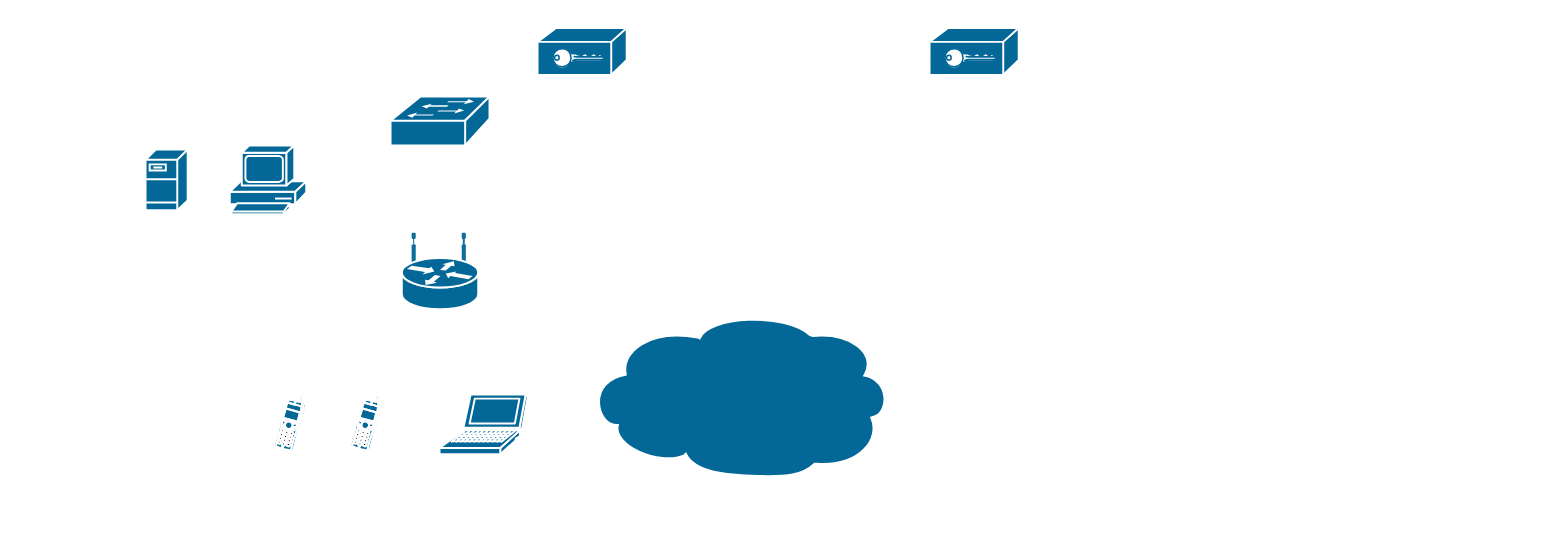
Earlier version of the draw.io diagram Untitled Diagram.drawio (leman-os/dgrm). Source tidied: cells renumbered, new cells numbered last; positions are measured from the earlier drawing's top-left corner, leaving out a move shared by most shapes. Both pictures are drawn from the tidied source at 98%, with x=0, y=0 at pixel (145, 27).
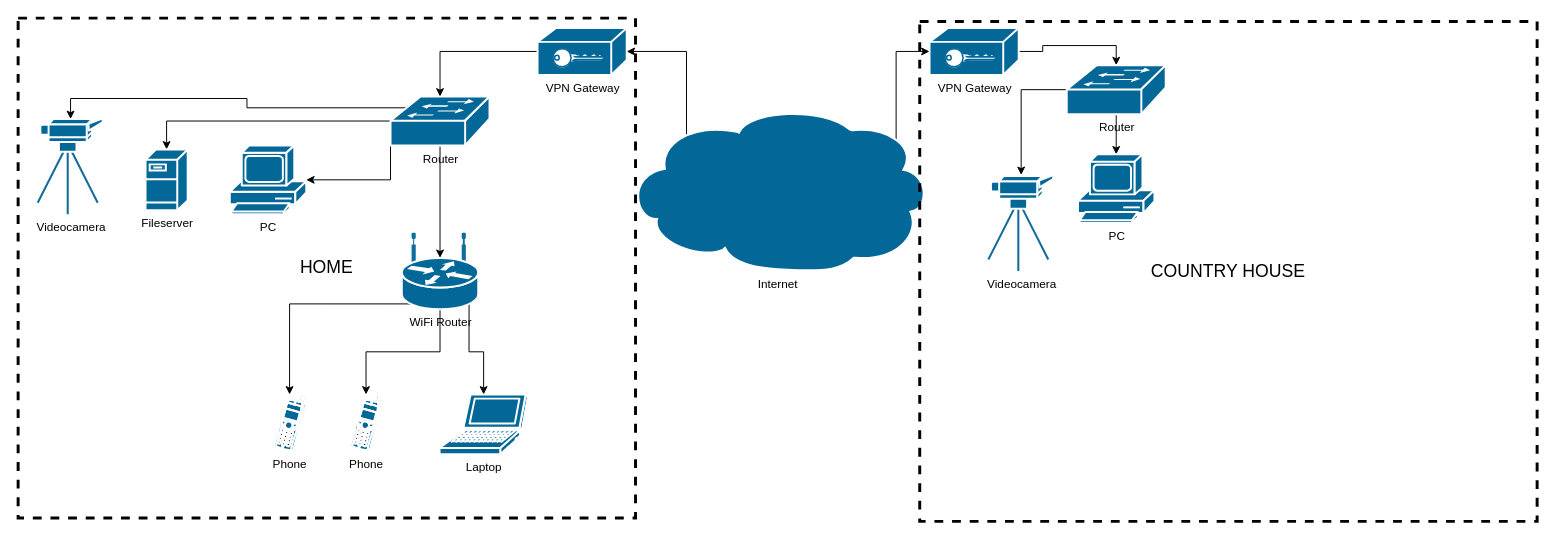
Above is the later version.

The edit, as a diff of the source:
```diff
@@
-    <mxCell id="2" style="shape=mxgraph.cisco.computers_and_peripherals.pc;sketch=0;html=1;dashed=0;fillColor=#036897;strokeColor=#ffffff;strokeWidth=2;verticalLabelPosition=bottom;verticalAlign=top;align=center;outlineConnect=0;" parent="1" vertex="1">
+    <mxCell id="2" value="PC" style="shape=mxgraph.cisco.computers_and_peripherals.pc;sketch=0;html=1;dashed=0;fillColor=#036897;strokeColor=#ffffff;strokeWidth=2;verticalLabelPosition=bottom;verticalAlign=top;align=center;outlineConnect=0;" parent="1" vertex="1">
       <mxGeometry x="86" y="120" width="78" height="70" as="geometry" />
     </mxCell>
-    <mxCell id="3" style="shape=mxgraph.cisco.computers_and_peripherals.laptop;sketch=0;html=1;dashed=0;fillColor=#036897;strokeColor=#ffffff;strokeWidth=2;verticalLabelPosition=bottom;verticalAlign=top;align=center;outlineConnect=0;" parent="1" vertex="1">
+    <mxCell id="3" value="Laptop" style="shape=mxgraph.cisco.computers_and_peripherals.laptop;sketch=0;html=1;dashed=0;fillColor=#036897;strokeColor=#ffffff;strokeWidth=2;verticalLabelPosition=bottom;verticalAlign=top;align=center;outlineConnect=0;" parent="1" vertex="1">
       <mxGeometry x="300" y="374" width="90" height="61" as="geometry" />
     </mxCell>
+    <mxCell id="12" style="edgeStyle=orthogonalEdgeStyle;rounded=0;jettySize=auto;html=1;exitX=0.5;exitY=0.98;exitDx=0;exitDy=0;exitPerimeter=0;entryX=0.5;entryY=0.32;entryDx=0;entryDy=0;entryPerimeter=0;" parent="1" edge="1" source="4" target="5">
+      <mxGeometry relative="1" as="geometry" />
+    </mxCell>
+    <mxCell id="13" style="edgeStyle=orthogonalEdgeStyle;rounded=0;jettySize=auto;html=1;exitX=0;exitY=0.98;exitDx=0;exitDy=0;exitPerimeter=0;" parent="1" edge="1" source="4" target="2">
+      <mxGeometry relative="1" as="geometry" />
+    </mxCell>
+    <mxCell id="14" style="edgeStyle=orthogonalEdgeStyle;rounded=0;jettySize=auto;html=1;exitX=0;exitY=0.5;exitDx=0;exitDy=0;exitPerimeter=0;entryX=0.5;entryY=0;entryDx=0;entryDy=0;entryPerimeter=0;" parent="1" edge="1" source="4" target="8">
+      <mxGeometry relative="1" as="geometry" />
+    </mxCell>
+    <mxCell id="15" style="edgeStyle=orthogonalEdgeStyle;rounded=0;jettySize=auto;html=1;exitX=0.16;exitY=0.23;exitDx=0;exitDy=0;exitPerimeter=0;entryX=0.5;entryY=0.01;entryDx=0;entryDy=0;entryPerimeter=0;" parent="1" edge="1" source="4" target="26">
+      <mxGeometry relative="1" as="geometry" />
+    </mxCell>
-    <mxCell id="4" style="shape=mxgraph.cisco.switches.workgroup_switch;sketch=0;html=1;dashed=0;fillColor=#036897;strokeColor=#ffffff;strokeWidth=2;verticalLabelPosition=bottom;verticalAlign=top;align=center;outlineConnect=0;" parent="1" vertex="1">
+    <mxCell id="4" value="Router" style="shape=mxgraph.cisco.switches.workgroup_switch;sketch=0;html=1;dashed=0;fillColor=#036897;strokeColor=#ffffff;strokeWidth=2;verticalLabelPosition=bottom;verticalAlign=top;align=center;outlineConnect=0;" parent="1" vertex="1">
       <mxGeometry x="250" y="70" width="101" height="50" as="geometry" />
     </mxCell>
+    <mxCell id="16" style="edgeStyle=orthogonalEdgeStyle;rounded=0;jettySize=auto;html=1;exitX=0.12;exitY=0.93;exitDx=0;exitDy=0;exitPerimeter=0;entryX=0.5;entryY=0;entryDx=0;entryDy=0;entryPerimeter=0;" parent="1" edge="1" source="5" target="6">
+      <mxGeometry relative="1" as="geometry" />
+    </mxCell>
+    <mxCell id="17" style="edgeStyle=orthogonalEdgeStyle;rounded=0;jettySize=auto;html=1;exitX=0.5;exitY=1;exitDx=0;exitDy=0;exitPerimeter=0;entryX=0.5;entryY=0;entryDx=0;entryDy=0;entryPerimeter=0;" parent="1" edge="1" source="5" target="7">
+      <mxGeometry relative="1" as="geometry" />
+    </mxCell>
+    <mxCell id="18" style="edgeStyle=orthogonalEdgeStyle;rounded=0;jettySize=auto;html=1;exitX=0.88;exitY=0.93;exitDx=0;exitDy=0;exitPerimeter=0;" parent="1" edge="1" source="5" target="3">
+      <mxGeometry relative="1" as="geometry" />
+    </mxCell>
-    <mxCell id="5" style="shape=mxgraph.cisco.routers.wireless_router;sketch=0;html=1;dashed=0;fillColor=#036897;strokeColor=#ffffff;strokeWidth=2;verticalLabelPosition=bottom;verticalAlign=top;align=center;outlineConnect=0;" parent="1" vertex="1">
+    <mxCell id="5" value="WiFi Router" style="shape=mxgraph.cisco.routers.wireless_router;sketch=0;html=1;dashed=0;fillColor=#036897;strokeColor=#ffffff;strokeWidth=2;verticalLabelPosition=bottom;verticalAlign=top;align=center;outlineConnect=0;" parent="1" vertex="1">
       <mxGeometry x="261.5" y="210" width="78" height="77" as="geometry" />
     </mxCell>
-    <mxCell id="6" style="shape=mxgraph.cisco.modems_and_phones.cell_phone;sketch=0;html=1;dashed=0;fillColor=#036897;strokeColor=#ffffff;strokeWidth=2;verticalLabelPosition=bottom;verticalAlign=top;align=center;outlineConnect=0;" parent="1" vertex="1">
+    <mxCell id="6" value="Phone" style="shape=mxgraph.cisco.modems_and_phones.cell_phone;sketch=0;html=1;dashed=0;fillColor=#036897;strokeColor=#ffffff;strokeWidth=2;verticalLabelPosition=bottom;verticalAlign=top;align=center;outlineConnect=0;" parent="1" vertex="1">
       <mxGeometry x="130" y="374" width="34" height="58" as="geometry" />
     </mxCell>
-    <mxCell id="7" style="shape=mxgraph.cisco.modems_and_phones.cell_phone;sketch=0;html=1;dashed=0;fillColor=#036897;strokeColor=#ffffff;strokeWidth=2;verticalLabelPosition=bottom;verticalAlign=top;align=center;outlineConnect=0;" parent="1" vertex="1">
+    <mxCell id="7" value="Phone" style="shape=mxgraph.cisco.modems_and_phones.cell_phone;sketch=0;html=1;dashed=0;fillColor=#036897;strokeColor=#ffffff;strokeWidth=2;verticalLabelPosition=bottom;verticalAlign=top;align=center;outlineConnect=0;" parent="1" vertex="1">
       <mxGeometry x="208" y="374" width="34" height="58" as="geometry" />
     </mxCell>
-    <mxCell id="8" style="shape=mxgraph.cisco.servers.fileserver;sketch=0;html=1;dashed=0;fillColor=#036897;strokeColor=#ffffff;strokeWidth=2;verticalLabelPosition=bottom;verticalAlign=top;align=center;outlineConnect=0;" parent="1" vertex="1">
+    <mxCell id="8" value="Fileserver" style="shape=mxgraph.cisco.servers.fileserver;sketch=0;html=1;dashed=0;fillColor=#036897;strokeColor=#ffffff;strokeWidth=2;verticalLabelPosition=bottom;verticalAlign=top;align=center;outlineConnect=0;" parent="1" vertex="1">
       <mxGeometry y="124" width="43" height="62" as="geometry" />
     </mxCell>
+    <mxCell id="19" style="edgeStyle=orthogonalEdgeStyle;rounded=0;jettySize=auto;html=1;exitX=0;exitY=0.5;exitDx=0;exitDy=0;exitPerimeter=0;entryX=0.5;entryY=0;entryDx=0;entryDy=0;entryPerimeter=0;" parent="1" edge="1" source="9" target="4">
+      <mxGeometry relative="1" as="geometry" />
+    </mxCell>
-    <mxCell id="9" style="shape=mxgraph.cisco.hubs_and_gateways.vpn_gateway;sketch=0;html=1;dashed=0;fillColor=#036897;strokeColor=#ffffff;strokeWidth=2;verticalLabelPosition=bottom;verticalAlign=top;align=center;outlineConnect=0;" parent="1" vertex="1">
+    <mxCell id="9" value="VPN Gateway" style="shape=mxgraph.cisco.hubs_and_gateways.vpn_gateway;sketch=0;html=1;dashed=0;fillColor=#036897;strokeColor=#ffffff;strokeWidth=2;verticalLabelPosition=bottom;verticalAlign=top;align=center;outlineConnect=0;" parent="1" vertex="1">
       <mxGeometry x="400" width="91" height="48" as="geometry" />
     </mxCell>
+    <mxCell id="20" style="edgeStyle=orthogonalEdgeStyle;rounded=0;jettySize=auto;html=1;exitX=1;exitY=0.5;exitDx=0;exitDy=0;exitPerimeter=0;entryX=0.5;entryY=0;entryDx=0;entryDy=0;entryPerimeter=0;" parent="1" edge="1" source="10" target="25">
+      <mxGeometry relative="1" as="geometry" />
+    </mxCell>
-    <mxCell id="10" style="shape=mxgraph.cisco.hubs_and_gateways.vpn_gateway;sketch=0;html=1;dashed=0;fillColor=#036897;strokeColor=#ffffff;strokeWidth=2;verticalLabelPosition=bottom;verticalAlign=top;align=center;outlineConnect=0;" parent="1" vertex="1">
+    <mxCell id="10" value="VPN Gateway" style="shape=mxgraph.cisco.hubs_and_gateways.vpn_gateway;sketch=0;html=1;dashed=0;fillColor=#036897;strokeColor=#ffffff;strokeWidth=2;verticalLabelPosition=bottom;verticalAlign=top;align=center;outlineConnect=0;" parent="1" vertex="1">
       <mxGeometry x="800" width="91" height="48" as="geometry" />
     </mxCell>
+    <mxCell id="21" style="edgeStyle=orthogonalEdgeStyle;rounded=0;jettySize=auto;html=1;exitX=0.2;exitY=0.17;exitDx=0;exitDy=0;exitPerimeter=0;entryX=1;entryY=0.5;entryDx=0;entryDy=0;entryPerimeter=0;" parent="1" edge="1" source="11" target="9">
+      <mxGeometry relative="1" as="geometry" />
+    </mxCell>
+    <mxCell id="22" style="edgeStyle=orthogonalEdgeStyle;rounded=0;jettySize=auto;html=1;exitX=0.89;exitY=0.2;exitDx=0;exitDy=0;exitPerimeter=0;entryX=0;entryY=0.5;entryDx=0;entryDy=0;entryPerimeter=0;" parent="1" edge="1" source="11" target="10">
+      <mxGeometry relative="1" as="geometry" />
+    </mxCell>
-    <mxCell id="11" style="shape=mxgraph.cisco.storage.cloud;sketch=0;html=1;dashed=0;fillColor=#036897;strokeColor=#ffffff;strokeWidth=2;verticalLabelPosition=bottom;verticalAlign=top;align=center;outlineConnect=0;" parent="1" vertex="1">
-      <mxGeometry x="450" y="290" width="310" height="168" as="geometry" />
+    <mxCell id="11" value="Internet" style="shape=mxgraph.cisco.storage.cloud;sketch=0;html=1;dashed=0;fillColor=#036897;strokeColor=#ffffff;strokeWidth=2;verticalLabelPosition=bottom;verticalAlign=top;align=center;outlineConnect=0;" parent="1" vertex="1">
+      <mxGeometry x="490" y="80" width="310" height="168" as="geometry" />
     </mxCell>
+    <mxCell id="23" style="edgeStyle=orthogonalEdgeStyle;rounded=0;jettySize=auto;html=1;exitX=0.5;exitY=0.98;exitDx=0;exitDy=0;exitPerimeter=0;" parent="1" edge="1" source="25" target="27">
+      <mxGeometry relative="1" as="geometry" />
+    </mxCell>
+    <mxCell id="24" style="edgeStyle=orthogonalEdgeStyle;rounded=0;jettySize=auto;html=1;exitX=0.98;exitY=0.5;exitDx=0;exitDy=0;exitPerimeter=0;" parent="1" edge="1" source="25" target="28">
+      <mxGeometry relative="1" as="geometry" />
+    </mxCell>
+    <mxCell id="25" value="Router" style="shape=mxgraph.cisco.switches.workgroup_switch;sketch=0;html=1;dashed=0;fillColor=#036897;strokeColor=#ffffff;strokeWidth=2;verticalLabelPosition=bottom;verticalAlign=top;align=center;outlineConnect=0;" parent="1" vertex="1">
+      <mxGeometry x="940" y="38" width="101" height="50" as="geometry" />
+    </mxCell>
+    <mxCell id="26" value="Videocamera" style="shape=mxgraph.cisco.computers_and_peripherals.video_camera;sketch=0;html=1;dashed=0;fillColor=#036897;strokeColor=#ffffff;strokeWidth=2;verticalLabelPosition=bottom;verticalAlign=top;align=center;outlineConnect=0;" parent="1" vertex="1">
+      <mxGeometry x="-110" y="92" width="67" height="98" as="geometry" />
+    </mxCell>
+    <mxCell id="27" value="PC" style="shape=mxgraph.cisco.computers_and_peripherals.pc;sketch=0;html=1;dashed=0;fillColor=#036897;strokeColor=#ffffff;strokeWidth=2;verticalLabelPosition=bottom;verticalAlign=top;align=center;outlineConnect=0;" parent="1" vertex="1">
+      <mxGeometry x="951.5" y="129" width="78" height="70" as="geometry" />
+    </mxCell>
+    <mxCell id="28" value="Videocamera" style="shape=mxgraph.cisco.computers_and_peripherals.video_camera;sketch=0;html=1;dashed=0;fillColor=#036897;strokeColor=#ffffff;strokeWidth=2;verticalLabelPosition=bottom;verticalAlign=top;align=center;outlineConnect=0;" parent="1" vertex="1">
+      <mxGeometry x="860" y="150" width="67" height="98" as="geometry" />
+    </mxCell>
+    <mxCell id="29" value="&lt;font style=&quot;font-size: 18px;&quot;&gt;HOME&lt;/font&gt;" style="whiteSpace=wrap;html=1;fillColor=none;dashed=1;strokeWidth=3;" parent="1" vertex="1">
+      <mxGeometry x="-130" y="-10" width="630" height="510" as="geometry" />
+    </mxCell>
+    <mxCell id="30" value="&lt;font size=&quot;4&quot;&gt;COUNTRY HOUSE&lt;/font&gt;" style="whiteSpace=wrap;html=1;fillColor=none;dashed=1;strokeWidth=3;" parent="1" vertex="1">
+      <mxGeometry x="790" y="-6.5" width="630" height="510" as="geometry" />
+    </mxCell>
```
